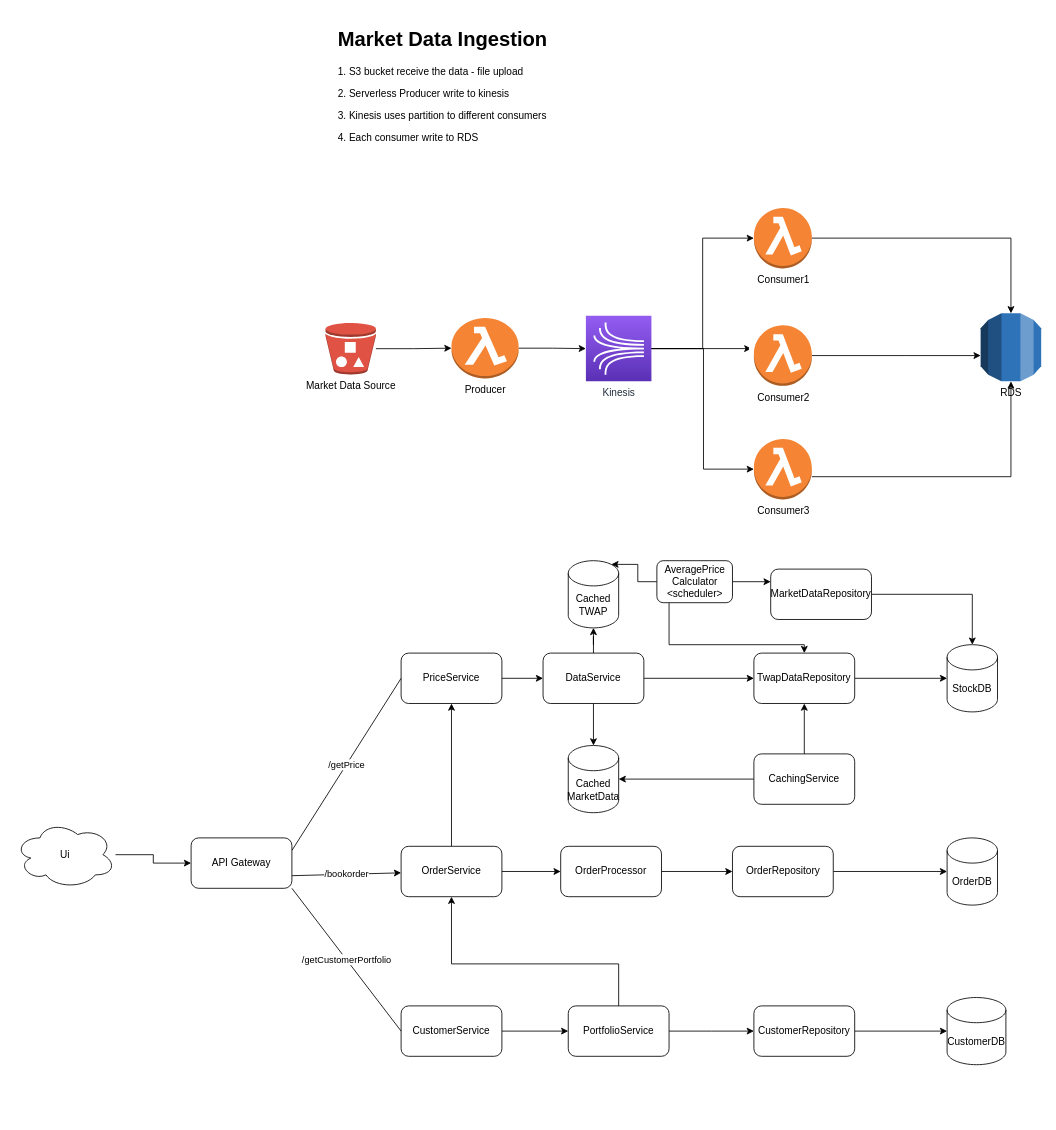
This is Untitled Diagram.drawio from vikrambahadur/cas-overlay, a draw.io file, before an edit. Source tidied: cells renumbered, new cells numbered last; positions are measured from the earlier drawing's top-left corner, leaving out a move shared by most shapes. Both pictures are drawn from the tidied source at 84%, with x=0, y=0 at pixel (14, 23).
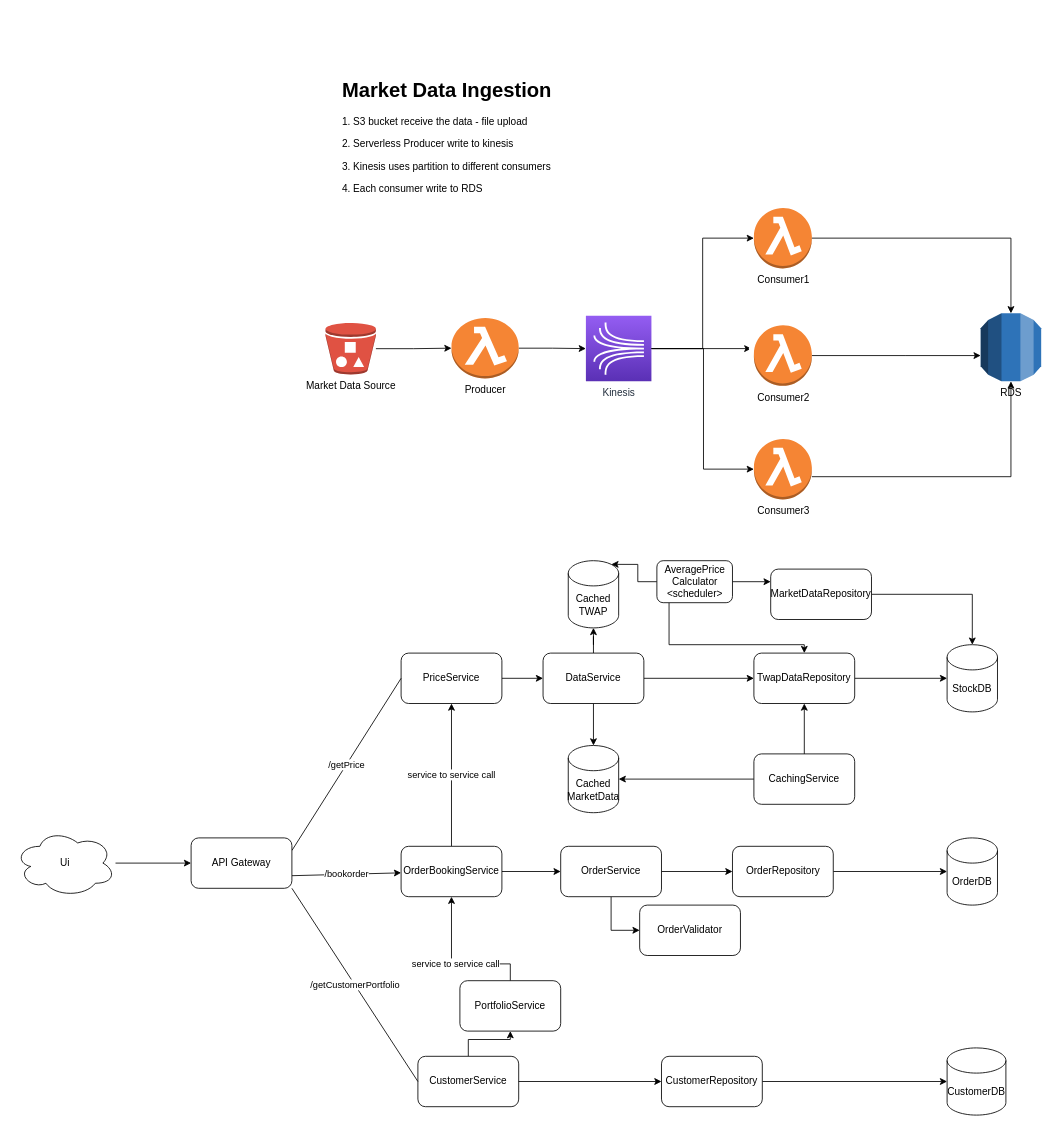
The same page after the edit.

The change refers to these unchanged cells:
```xml
<mxCell id="21" value="PriceService" style="rounded=1;whiteSpace=wrap;html=1;align=center;" parent="1" vertex="1">
  <mxGeometry x="460" y="750" width="120" height="60" as="geometry" />
</mxCell>
```

Change to the diagram source:
```diff
@@
     <mxCell id="18" value="&lt;h1&gt;Market Data Ingestion&lt;/h1&gt;&lt;p&gt;1. S3 bucket receive the data - file upload&lt;/p&gt;&lt;p&gt;2. Serverless Producer write to kinesis&lt;/p&gt;&lt;p&gt;3. Kinesis uses partition to different consumers&lt;/p&gt;&lt;p&gt;4. Each consumer write to RDS&amp;nbsp;&lt;/p&gt;" style="text;html=1;strokeColor=none;fillColor=none;spacing=5;spacingTop=-20;whiteSpace=wrap;overflow=hidden;rounded=0;align=left;" parent="1" vertex="1">
-      <mxGeometry x="380" width="270" height="190" as="geometry" />
+      <mxGeometry x="385" y="60" width="270" height="190" as="geometry" />
     </mxCell>
@@
-    <mxCell id="25" style="edgeStyle=orthogonalEdgeStyle;rounded=0;jettySize=auto;html=1;" parent="1" edge="1" source="27" target="21">
+    <mxCell id="25" value="service to service call" style="edgeStyle=orthogonalEdgeStyle;rounded=0;jettySize=auto;html=1;" parent="1" edge="1" source="27" target="21">
       <mxGeometry relative="1" as="geometry" />
     </mxCell>
@@
-    <mxCell id="27" value="OrderService" style="rounded=1;whiteSpace=wrap;html=1;align=center;" parent="1" vertex="1">
+    <mxCell id="27" value="OrderBookingService" style="rounded=1;whiteSpace=wrap;html=1;align=center;" parent="1" vertex="1">
       <mxGeometry x="460" y="980" width="120" height="60" as="geometry" />
     </mxCell>
@@
     <mxCell id="35" value="Ui" style="ellipse;shape=cloud;whiteSpace=wrap;html=1;align=center;" parent="1" vertex="1">
-      <mxGeometry y="950" width="120" height="80" as="geometry" />
+      <mxGeometry y="960" width="120" height="80" as="geometry" />
     </mxCell>
@@
+    <mxCell id="61" style="edgeStyle=orthogonalEdgeStyle;rounded=0;jettySize=auto;html=1;entryX=0;entryY=0.5;entryDx=0;entryDy=0;" parent="1" edge="1" source="48" target="62">
+      <mxGeometry relative="1" as="geometry" />
+    </mxCell>
-    <mxCell id="48" value="OrderProcessor" style="rounded=1;whiteSpace=wrap;html=1;align=center;" parent="1" vertex="1">
+    <mxCell id="48" value="OrderService" style="rounded=1;whiteSpace=wrap;html=1;align=center;" parent="1" vertex="1">
       <mxGeometry x="650" y="980" width="120" height="60" as="geometry" />
     </mxCell>
@@
     <mxCell id="52" value="CustomerDB" style="shape=cylinder3;whiteSpace=wrap;html=1;boundedLbl=1;backgroundOutline=1;size=15;align=center;" parent="1" vertex="1">
-      <mxGeometry x="1110" y="1160" width="70" height="80" as="geometry" />
+      <mxGeometry x="1110" y="1220" width="70" height="80" as="geometry" />
     </mxCell>
-    <mxCell id="53" style="edgeStyle=orthogonalEdgeStyle;rounded=0;jettySize=auto;html=1;entryX=0;entryY=0.5;entryDx=0;entryDy=0;" parent="1" edge="1" source="54" target="58">
+    <mxCell id="53" style="edgeStyle=orthogonalEdgeStyle;rounded=0;jettySize=auto;html=1;entryX=0.5;entryY=1;entryDx=0;entryDy=0;" parent="1" edge="1" source="54" target="58">
       <mxGeometry relative="1" as="geometry" />
     </mxCell>
     <mxCell id="54" value="CustomerService" style="rounded=1;whiteSpace=wrap;html=1;align=center;" parent="1" vertex="1">
-      <mxGeometry x="460" y="1170" width="120" height="60" as="geometry" />
+      <mxGeometry x="480" y="1230" width="120" height="60" as="geometry" />
     </mxCell>
@@
-    <mxCell id="56" style="edgeStyle=orthogonalEdgeStyle;rounded=0;jettySize=auto;html=1;" parent="1" edge="1" source="58" target="27">
+    <mxCell id="56" value="service to service call" style="edgeStyle=orthogonalEdgeStyle;rounded=0;jettySize=auto;html=1;" parent="1" edge="1" source="58" target="27">
       <mxGeometry relative="1" as="geometry">
         <Array as="points">
-          <mxPoint x="719" y="1120" />
+          <mxPoint x="590" y="1120" />
           <mxPoint x="520" y="1120" />
         </Array>
       </mxGeometry>
     </mxCell>
-    <mxCell id="57" style="edgeStyle=orthogonalEdgeStyle;rounded=0;jettySize=auto;html=1;" parent="1" edge="1" source="58">
-      <mxGeometry relative="1" as="geometry">
-        <mxPoint x="880" y="1200" as="targetPoint" />
-      </mxGeometry>
+    <mxCell id="57" style="edgeStyle=orthogonalEdgeStyle;rounded=0;jettySize=auto;html=1;" parent="1" edge="1" source="54" target="60">
+      <mxGeometry relative="1" as="geometry" />
     </mxCell>
     <mxCell id="58" value="PortfolioService" style="rounded=1;whiteSpace=wrap;html=1;align=center;" parent="1" vertex="1">
-      <mxGeometry x="659" y="1170" width="120" height="60" as="geometry" />
+      <mxGeometry x="530" y="1140" width="120" height="60" as="geometry" />
     </mxCell>
@@
     <mxCell id="60" value="CustomerRepository" style="rounded=1;whiteSpace=wrap;html=1;align=center;" parent="1" vertex="1">
-      <mxGeometry x="880" y="1170" width="120" height="60" as="geometry" />
+      <mxGeometry x="770" y="1230" width="120" height="60" as="geometry" />
     </mxCell>
+    <mxCell id="62" value="OrderValidator" style="rounded=1;whiteSpace=wrap;html=1;align=center;" parent="1" vertex="1">
+      <mxGeometry x="744" y="1050" width="120" height="60" as="geometry" />
+    </mxCell>
```
